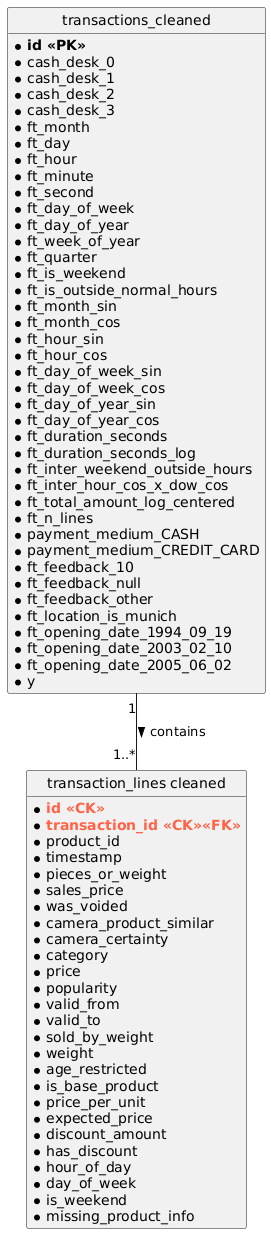
Earlier version of the PlantUML export datenmodell_output.png (David-Leatham/project_data_science).
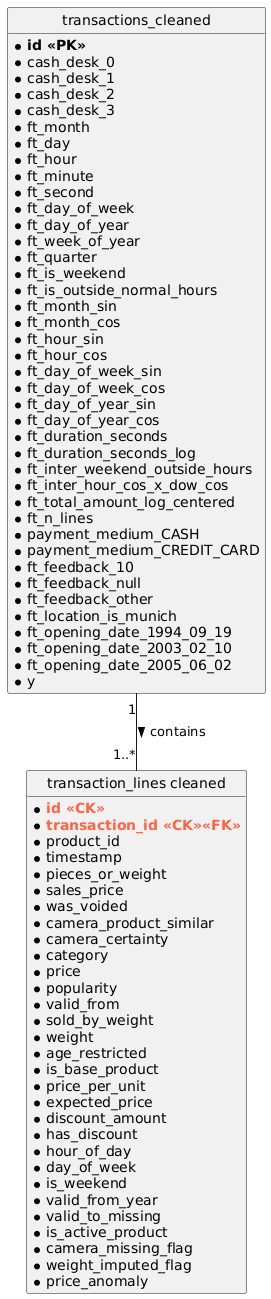
After the commit.

Diff of the diagram source:
```diff
@@ -60,7 +60,6 @@
   * price
   * popularity
   * valid_from
-  * valid_to
   * sold_by_weight
   * weight
   * age_restricted
@@ -72,7 +71,13 @@
   * hour_of_day
   * day_of_week
   * is_weekend
-  * missing_product_info
+  * valid_from_year
+  * valid_to_missing
+  * is_active_product
+  * camera_missing_flag
+  * weight_imputed_flag
+  * price_anomaly
+
 
 }
 
```
